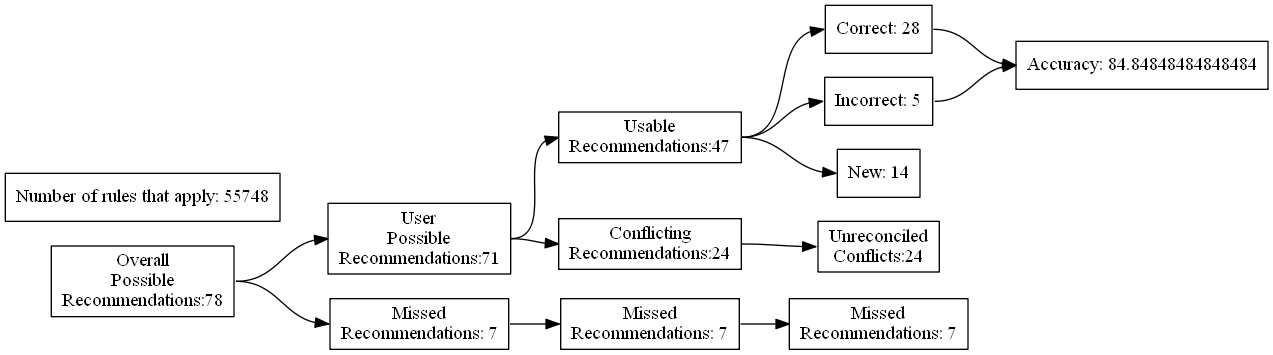
This is test_renders/101.gv.png from ZaxR/ibd_diet_analysis, a Graphviz export, as it was before one commit. Its source is kept beside it as test_renders/101.gv.
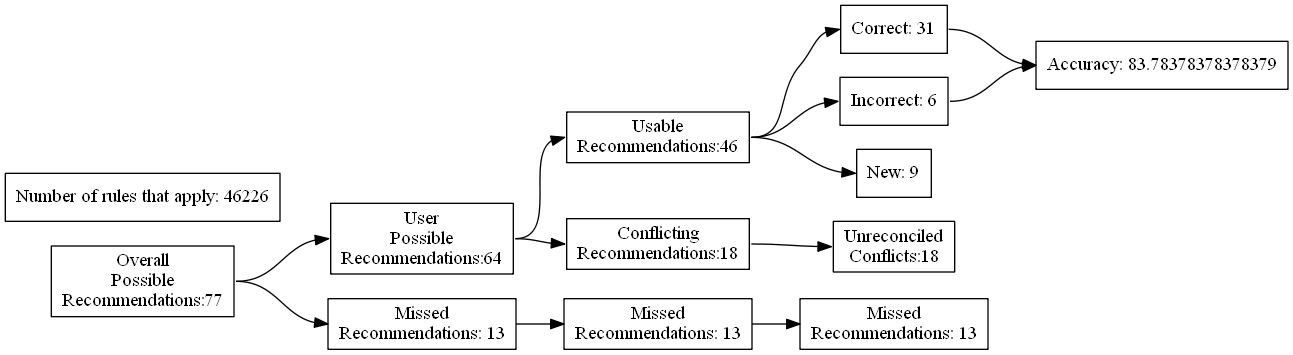
After the change.

What changed in the source:
```diff
@@ -4,27 +4,27 @@
 	edge [headport=w tailport=e]
 		A [label="Overall
 Possible
-Recommendations:78"]
+Recommendations:77"]
 		B [label="User
 Possible
-Recommendations:71"]
+Recommendations:64"]
 		C [label="Missed
-Recommendations: 7"]
+Recommendations: 13"]
 		D [label="Usable
-Recommendations:47"]
+Recommendations:46"]
 		E [label="Conflicting
-Recommendations:24"]
+Recommendations:18"]
 		J [label="Missed
-Recommendations: 7"]
+Recommendations: 13"]
 		M [label="Unreconciled
-Conflicts:24"]
-		F [label="Correct: 28"]
-		G [label="Incorrect: 5"]
-		H [label="New: 14"]
+Conflicts:18"]
+		F [label="Correct: 31"]
+		G [label="Incorrect: 6"]
+		H [label="New: 9"]
 		K [label="Missed
-Recommendations: 7"]
-		I [label="Accuracy: 84.84848484848484"]
-		l [label="Number of rules that apply: 55748"]
+Recommendations: 13"]
+		I [label="Accuracy: 83.78378378378379"]
+		l [label="Number of rules that apply: 46226"]
 			A -> B
 			A -> C
 			B -> D
```
